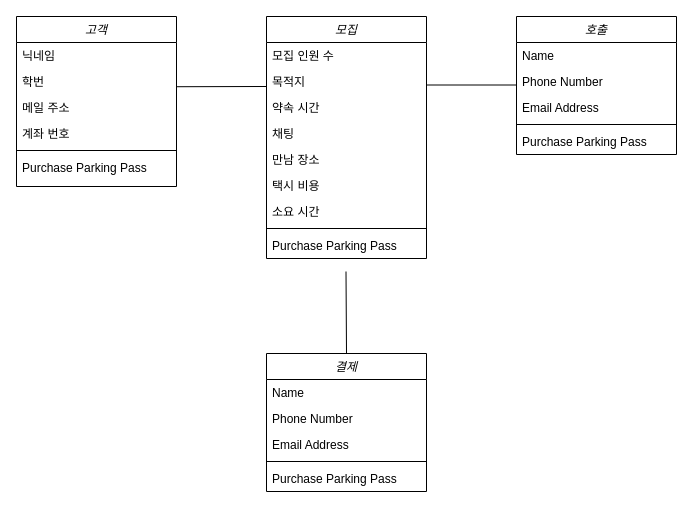
Earlier version of the draw.io diagram 제목 없는 다이어그램.drawio (0abcde0/Git-Tutorial). Source tidied: cells renumbered, new cells numbered last; positions are measured from the earlier drawing's top-left corner, leaving out a move shared by most shapes. Both pictures are drawn from the tidied source at 100%, with x=0, y=0 at pixel (16, 16).
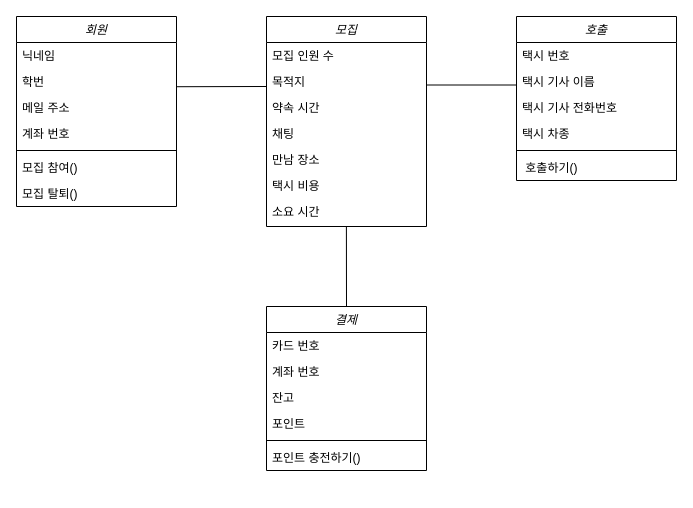
After the change.

Commit message:
제목 없는 다이어그램.drawio 업데이트

The edit, as a diff of the source:
```diff
@@
-    <mxCell id="2" value="고객" style="swimlane;fontStyle=2;align=center;verticalAlign=top;horizontal=1;startSize=26;rounded=0;shadow=0;strokeWidth=1;" parent="1" vertex="1">
-      <mxGeometry width="160" height="170" as="geometry" />
+    <mxCell id="2" value="회원" style="swimlane;fontStyle=2;align=center;verticalAlign=top;horizontal=1;startSize=26;rounded=0;shadow=0;strokeWidth=1;" parent="1" vertex="1">
+      <mxGeometry width="160" height="190" as="geometry" />
     </mxCell>
@@
-    <mxCell id="8" value="Purchase Parking Pass" style="text;align=left;verticalAlign=top;spacingLeft=4;spacingRight=4;overflow=hidden;" parent="2" vertex="1">
+    <mxCell id="8" value="모집 참여()&#10;" style="text;align=left;verticalAlign=top;spacingLeft=4;spacingRight=4;overflow=hidden;" parent="2" vertex="1">
       <mxGeometry y="138" width="160" height="26" as="geometry" />
     </mxCell>
+    <mxCell id="34" value="모집 탈퇴()&#10;" style="text;align=left;verticalAlign=top;spacingLeft=4;spacingRight=4;overflow=hidden;" parent="2" vertex="1">
+      <mxGeometry y="164" width="160" height="26" as="geometry" />
+    </mxCell>
     <mxCell id="9" value="모집" style="swimlane;fontStyle=2;align=center;verticalAlign=top;horizontal=1;startSize=26;rounded=0;shadow=0;strokeWidth=1;" parent="1" vertex="1">
-      <mxGeometry x="250" width="160" height="242" as="geometry" />
+      <mxGeometry x="250" width="160" height="210" as="geometry" />
     </mxCell>
@@
-    <mxCell id="17" style="line;html=1;strokeWidth=1;align=left;verticalAlign=middle;spacingTop=-1;spacingLeft=3;spacingRight=3;labelPosition=right;" parent="9" vertex="1">
-      <mxGeometry y="208" width="160" height="8" as="geometry" />
-    </mxCell>
-    <mxCell id="18" value="Purchase Parking Pass" style="text;align=left;verticalAlign=top;spacingLeft=4;spacingRight=4;overflow=hidden;" parent="9" vertex="1">
-      <mxGeometry y="216" width="160" height="26" as="geometry" />
-    </mxCell>
     <mxCell id="19" value="호출" style="swimlane;fontStyle=2;align=center;verticalAlign=top;horizontal=1;startSize=26;rounded=0;shadow=0;strokeWidth=1;" parent="1" vertex="1">
-      <mxGeometry x="500" width="160" height="138" as="geometry" />
+      <mxGeometry x="500" width="160" height="164" as="geometry" />
     </mxCell>
-    <mxCell id="20" value="Name" style="text;align=left;verticalAlign=top;spacingLeft=4;spacingRight=4;overflow=hidden;" parent="19" vertex="1">
+    <mxCell id="20" value="택시 번호" style="text;align=left;verticalAlign=top;spacingLeft=4;spacingRight=4;overflow=hidden;" parent="19" vertex="1">
       <mxGeometry y="26" width="160" height="26" as="geometry" />
     </mxCell>
-    <mxCell id="21" value="Phone Number" style="text;align=left;verticalAlign=top;spacingLeft=4;spacingRight=4;overflow=hidden;rounded=0;shadow=0;html=0;" parent="19" vertex="1">
+    <mxCell id="21" value="택시 기사 이름" style="text;align=left;verticalAlign=top;spacingLeft=4;spacingRight=4;overflow=hidden;rounded=0;shadow=0;html=0;" parent="19" vertex="1">
       <mxGeometry y="52" width="160" height="26" as="geometry" />
     </mxCell>
-    <mxCell id="22" value="Email Address" style="text;align=left;verticalAlign=top;spacingLeft=4;spacingRight=4;overflow=hidden;rounded=0;shadow=0;html=0;" parent="19" vertex="1">
+    <mxCell id="22" value="택시 기사 전화번호" style="text;align=left;verticalAlign=top;spacingLeft=4;spacingRight=4;overflow=hidden;rounded=0;shadow=0;html=0;" parent="19" vertex="1">
       <mxGeometry y="78" width="160" height="26" as="geometry" />
     </mxCell>
+    <mxCell id="35" value="택시 차종" style="text;align=left;verticalAlign=top;spacingLeft=4;spacingRight=4;overflow=hidden;rounded=0;shadow=0;html=0;" parent="19" vertex="1">
+      <mxGeometry y="104" width="160" height="26" as="geometry" />
+    </mxCell>
     <mxCell id="23" style="line;html=1;strokeWidth=1;align=left;verticalAlign=middle;spacingTop=-1;spacingLeft=3;spacingRight=3;labelPosition=right;" parent="19" vertex="1">
-      <mxGeometry y="104" width="160" height="8" as="geometry" />
+      <mxGeometry y="130" width="160" height="8" as="geometry" />
     </mxCell>
-    <mxCell id="24" value="Purchase Parking Pass" style="text;align=left;verticalAlign=top;spacingLeft=4;spacingRight=4;overflow=hidden;" parent="19" vertex="1">
-      <mxGeometry y="112" width="160" height="26" as="geometry" />
+    <mxCell id="24" value=" 호출하기()" style="text;align=left;verticalAlign=top;spacingLeft=4;spacingRight=4;overflow=hidden;" parent="19" vertex="1">
+      <mxGeometry y="138" width="160" height="26" as="geometry" />
     </mxCell>
     <mxCell id="25" value="결제" style="swimlane;fontStyle=2;align=center;verticalAlign=top;horizontal=1;startSize=26;rounded=0;shadow=0;strokeWidth=1;" parent="1" vertex="1">
-      <mxGeometry x="250" y="337" width="160" height="138" as="geometry" />
+      <mxGeometry x="250" y="290" width="160" height="164" as="geometry" />
     </mxCell>
-    <mxCell id="26" value="Name" style="text;align=left;verticalAlign=top;spacingLeft=4;spacingRight=4;overflow=hidden;" parent="25" vertex="1">
+    <mxCell id="26" value="카드 번호" style="text;align=left;verticalAlign=top;spacingLeft=4;spacingRight=4;overflow=hidden;" parent="25" vertex="1">
       <mxGeometry y="26" width="160" height="26" as="geometry" />
     </mxCell>
-    <mxCell id="27" value="Phone Number" style="text;align=left;verticalAlign=top;spacingLeft=4;spacingRight=4;overflow=hidden;rounded=0;shadow=0;html=0;" parent="25" vertex="1">
+    <mxCell id="27" value="계좌 번호" style="text;align=left;verticalAlign=top;spacingLeft=4;spacingRight=4;overflow=hidden;rounded=0;shadow=0;html=0;" parent="25" vertex="1">
       <mxGeometry y="52" width="160" height="26" as="geometry" />
     </mxCell>
+    <mxCell id="36" value="잔고" style="text;align=left;verticalAlign=top;spacingLeft=4;spacingRight=4;overflow=hidden;rounded=0;shadow=0;html=0;" parent="25" vertex="1">
+      <mxGeometry y="78" width="160" height="26" as="geometry" />
+    </mxCell>
-    <mxCell id="28" value="Email Address" style="text;align=left;verticalAlign=top;spacingLeft=4;spacingRight=4;overflow=hidden;rounded=0;shadow=0;html=0;" parent="25" vertex="1">
-      <mxGeometry y="78" width="160" height="26" as="geometry" />
+    <mxCell id="28" value="포인트" style="text;align=left;verticalAlign=top;spacingLeft=4;spacingRight=4;overflow=hidden;rounded=0;shadow=0;html=0;" parent="25" vertex="1">
+      <mxGeometry y="104" width="160" height="26" as="geometry" />
     </mxCell>
     <mxCell id="29" style="line;html=1;strokeWidth=1;align=left;verticalAlign=middle;spacingTop=-1;spacingLeft=3;spacingRight=3;labelPosition=right;" parent="25" vertex="1">
-      <mxGeometry y="104" width="160" height="8" as="geometry" />
+      <mxGeometry y="130" width="160" height="8" as="geometry" />
     </mxCell>
-    <mxCell id="30" value="Purchase Parking Pass" style="text;align=left;verticalAlign=top;spacingLeft=4;spacingRight=4;overflow=hidden;" parent="25" vertex="1">
-      <mxGeometry y="112" width="160" height="26" as="geometry" />
+    <mxCell id="30" value="포인트 충전하기()" style="text;align=left;verticalAlign=top;spacingLeft=4;spacingRight=4;overflow=hidden;" parent="25" vertex="1">
+      <mxGeometry y="138" width="160" height="26" as="geometry" />
     </mxCell>
@@
-    <mxCell id="33" style="endArrow=none;html=1;rounded=0;exitX=0.5;exitY=0;exitDx=0;exitDy=0;" parent="1" edge="1" source="25">
+    <mxCell id="33" style="endArrow=none;html=1;rounded=0;entryX=0.502;entryY=1.019;entryDx=0;entryDy=0;entryPerimeter=0;exitX=0.5;exitY=0;exitDx=0;exitDy=0;" parent="1" edge="1" source="25">
       <mxGeometry relative="1" as="geometry">
-        <mxPoint x="329.5" y="255" as="targetPoint" />
+        <mxPoint x="329.9" y="210" as="targetPoint" />
       </mxGeometry>
     </mxCell>
```
